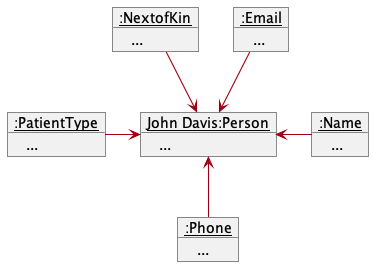
nus-cs2103-AY2223S1/tp keeps this PlantUML diagram as docs/images/AppointmentObjectDiagramBefore.png. Above is the earlier version. Source of this version:
```plantuml
@startuml
!include style.puml
skinparam arrowThickness 1.1
skinparam arrowColor MODEL_COLOR
skinparam classBackgroundColor MODEL_COLOR
skinparam classAttributeIconSize 0
show members

object "<u>John Davis:Person" as John

object "<u>:Name" as Name
object "<u>:Phone" as Phone
object "<u>:NextofKin" as NextofKin
object "<u>:PatientType" as PatientType
object "<u>:Email" as Email

John : ...
Name : ...
Email : ...
NextofKin : ...
PatientType : ...
Phone : ...

Name -left-> John
Phone -up-> John
NextofKin -down-> John
PatientType -right-> John
Email -down-> John
@enduml
```
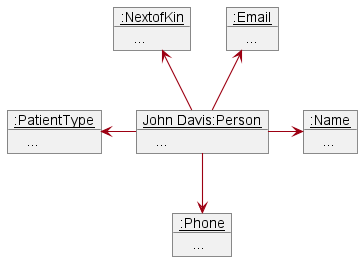
The same diagram one commit later.

The edit, as a diff of the source:
```diff
@@ -21,9 +21,9 @@
 PatientType : ...
 Phone : ...
 
-Name -left-> John
-Phone -up-> John
-NextofKin -down-> John
-PatientType -right-> John
-Email -down-> John
+Name <-left- John
+Phone <-up- John
+NextofKin <-down- John
+PatientType <-right- John
+Email <-down- John
 @enduml
```
